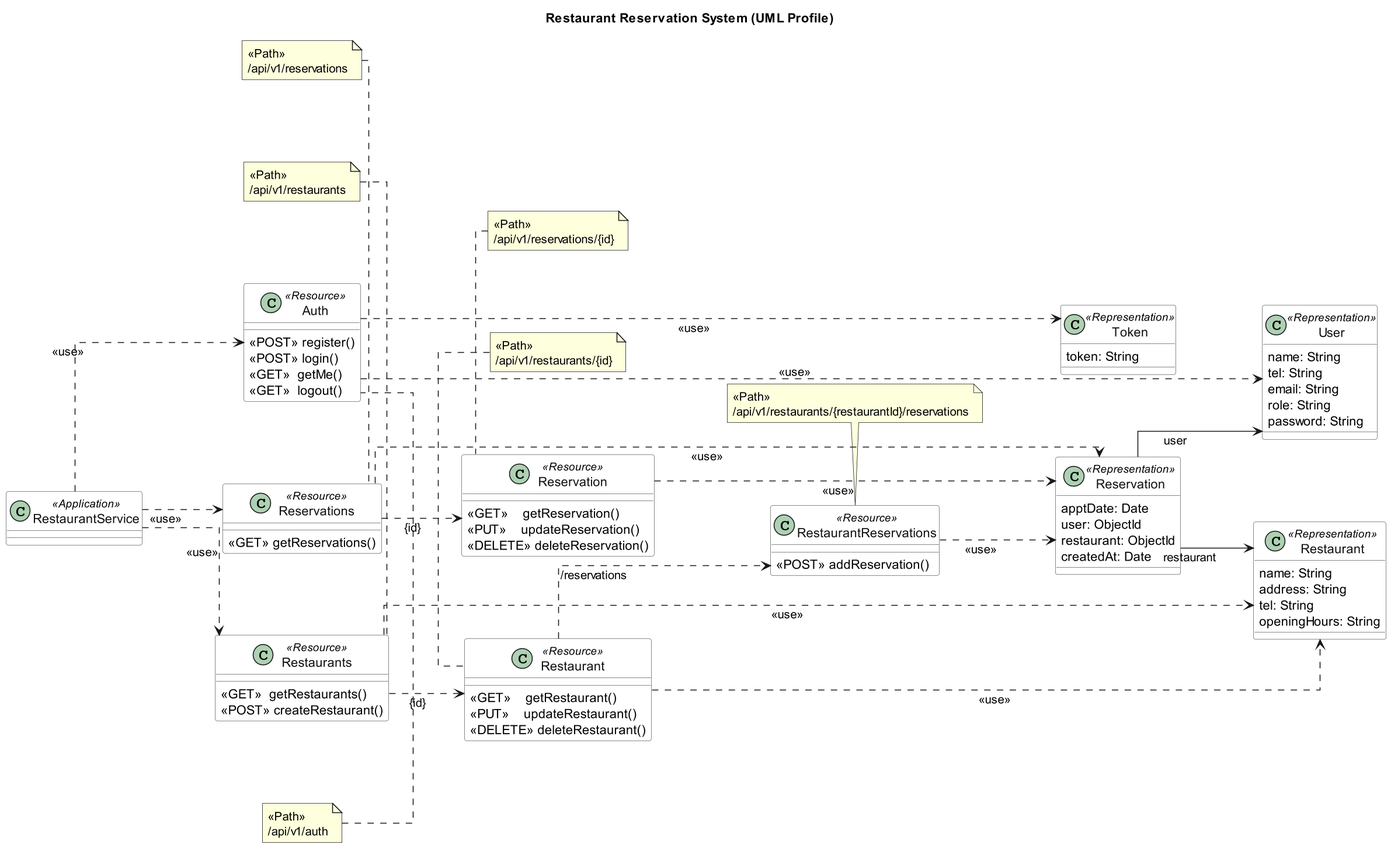
Earlier version of the PlantUML export out/Class_Diagram/Class_Diagram.png (2110503-CEDT68/be-project-68-gofiberv2). The source it was exported from:
```plantuml
@startuml
title Restaurant Reservation System (UML Profile)

left to right direction
skinparam linetype ortho
skinparam shadowing false
skinparam nodesep 90
skinparam ranksep 80
skinparam dpi 150

skinparam classBackgroundColor #FFFFFF
skinparam classBorderColor #666666
skinparam classFontColor #111111
skinparam stereotypeFontColor #111111
skinparam classAttributeIconSize 0
skinparam packageStyle rectangle

class "RestaurantService" as App <<Application>>

together {
  class "Restaurants" as R_Rests <<Resource>> {
    <<GET>>  getRestaurants()
    <<POST>> createRestaurant()
  }

  class "Reservations" as R_Resvs <<Resource>> {
    <<GET>> getReservations()
  }

  class "Auth" as R_Auth <<Resource>> {
    <<POST>> register()
    <<POST>> login()
    <<GET>>  getMe()
    <<GET>>  logout()
  }
}

together {
  class "Restaurant" as R_Rest <<Resource>> {
    <<GET>>    getRestaurant()
    <<PUT>>    updateRestaurant()
    <<DELETE>> deleteRestaurant()
  }

  class "Reservation" as R_Resv <<Resource>> {
    <<GET>>    getReservation()
    <<PUT>>    updateReservation()
    <<DELETE>> deleteReservation()
  }

  class "RestaurantReservations" as R_RestResv <<Resource>> {
    <<POST>> addReservation()
  }
}

together {
  class "User" as M_User <<Representation>> {
    name: String
    tel: String
    email: String
    role: String
    password: String
  }

  class "Restaurant" as M_Restaurant <<Representation>> {
    name: String
    address: String
    tel: String
    openingHours: String
  }

  class "Reservation" as M_Reservation <<Representation>> {
    apptDate: Date
    user: ObjectId
    restaurant: ObjectId
    createdAt: Date
  }

  class "Token" as M_Token <<Representation>> {
    token: String
  }
}

note top of R_Auth
<<Path>>
/api/v1/auth
end note

note top of R_Rests
<<Path>>
/api/v1/restaurants
end note

note top of R_Rest
<<Path>>
/api/v1/restaurants/{id}
end note

note top of R_Resvs
<<Path>>
/api/v1/reservations
end note

note top of R_Resv
<<Path>>
/api/v1/reservations/{id}
end note

note top of R_RestResv
<<Path>>
/api/v1/restaurants/{restaurantId}/reservations
end note

App ..> R_Auth  : <<use>>
App ..> R_Rests : <<use>>
App ..> R_Resvs : <<use>>

R_Rests ..> R_Rest : {id}
R_Resvs ..> R_Resv : {id}
R_Rest  ..> R_RestResv : /reservations

R_Auth  ..> M_User : <<use>>
R_Auth  ..> M_Token : <<use>>

R_Rests ..> M_Restaurant : <<use>>
R_Rest  ..> M_Restaurant : <<use>>

R_Resvs ..> M_Reservation : <<use>>
R_Resv  ..> M_Reservation : <<use>>
R_RestResv ..> M_Reservation : <<use>>

M_Reservation --> M_User : user
M_Reservation --> M_Restaurant : restaurant

@enduml
```
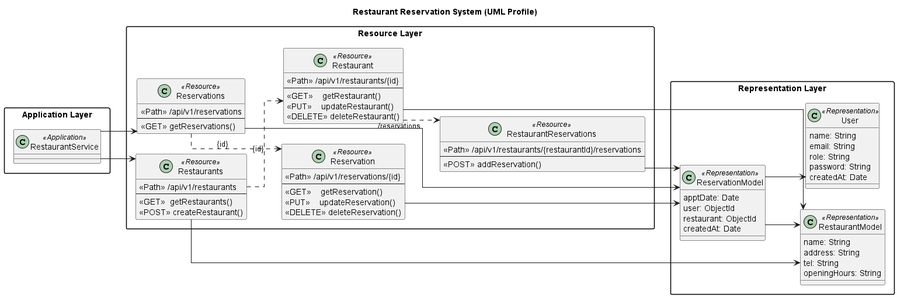
Above is the later version.

Commit message:
Fix Class Diagram UML

Change to the diagram source:
```diff
@@ -2,134 +2,97 @@
 title Restaurant Reservation System (UML Profile)
 
 left to right direction
+skinparam shadowing false
+skinparam packageStyle rectangle
+skinparam classAttributeIconSize 0
 skinparam linetype ortho
-skinparam shadowing false
-skinparam nodesep 90
-skinparam ranksep 80
-skinparam dpi 150
 
-skinparam classBackgroundColor #FFFFFF
-skinparam classBorderColor #666666
-skinparam classFontColor #111111
-skinparam stereotypeFontColor #111111
-skinparam classAttributeIconSize 0
-skinparam packageStyle rectangle
+package "Application Layer" {
 
-class "RestaurantService" as App <<Application>>
-
-together {
-  class "Restaurants" as R_Rests <<Resource>> {
-    <<GET>>  getRestaurants()
-    <<POST>> createRestaurant()
-  }
-
-  class "Reservations" as R_Resvs <<Resource>> {
-    <<GET>> getReservations()
-  }
-
-  class "Auth" as R_Auth <<Resource>> {
-    <<POST>> register()
-    <<POST>> login()
-    <<GET>>  getMe()
-    <<GET>>  logout()
-  }
+class RestaurantService <<Application>>
 }
 
-together {
-  class "Restaurant" as R_Rest <<Resource>> {
-    <<GET>>    getRestaurant()
-    <<PUT>>    updateRestaurant()
-    <<DELETE>> deleteRestaurant()
-  }
+package "Resource Layer" {
 
-  class "Reservation" as R_Resv <<Resource>> {
-    <<GET>>    getReservation()
-    <<PUT>>    updateReservation()
-    <<DELETE>> deleteReservation()
-  }
-
-  class "RestaurantReservations" as R_RestResv <<Resource>> {
-    <<POST>> addReservation()
-  }
+class Restaurants <<Resource>> {
+  <<Path>> /api/v1/restaurants
+  --
+  <<GET>>  getRestaurants()
+  <<POST>> createRestaurant()
 }
 
-together {
-  class "User" as M_User <<Representation>> {
-    name: String
-    tel: String
-    email: String
-    role: String
-    password: String
-  }
-
-  class "Restaurant" as M_Restaurant <<Representation>> {
-    name: String
-    address: String
-    tel: String
-    openingHours: String
-  }
-
-  class "Reservation" as M_Reservation <<Representation>> {
-    apptDate: Date
-    user: ObjectId
-    restaurant: ObjectId
-    createdAt: Date
-  }
-
-  class "Token" as M_Token <<Representation>> {
-    token: String
-  }
+class Restaurant <<Resource>> {
+  <<Path>> /api/v1/restaurants/{id}
+  --
+  <<GET>>    getRestaurant()
+  <<PUT>>    updateRestaurant()
+  <<DELETE>> deleteRestaurant()
 }
 
-note top of R_Auth
-<<Path>>
-/api/v1/auth
-end note
+class Reservations <<Resource>> {
+  <<Path>> /api/v1/reservations
+  --
+  <<GET>> getReservations()
+}
 
-note top of R_Rests
-<<Path>>
-/api/v1/restaurants
-end note
+class Reservation <<Resource>> {
+  <<Path>> /api/v1/reservations/{id}
+  --
+  <<GET>>    getReservation()
+  <<PUT>>    updateReservation()
+  <<DELETE>> deleteReservation()
+}
 
-note top of R_Rest
-<<Path>>
-/api/v1/restaurants/{id}
-end note
+class RestaurantReservations <<Resource>> {
+  <<Path>> /api/v1/restaurants/{restaurantId}/reservations
+  --
+  <<POST>> addReservation()
+}
 
-note top of R_Resvs
-<<Path>>
-/api/v1/reservations
-end note
+}
 
-note top of R_Resv
-<<Path>>
-/api/v1/reservations/{id}
-end note
+package "Representation Layer" {
 
-note top of R_RestResv
-<<Path>>
-/api/v1/restaurants/{restaurantId}/reservations
-end note
+class User <<Representation>> {
+  name: String
+  email: String
+  role: String
+  password: String
+  createdAt: Date
+}
 
-App ..> R_Auth  : <<use>>
-App ..> R_Rests : <<use>>
-App ..> R_Resvs : <<use>>
+class RestaurantModel <<Representation>> {
+  name: String
+  address: String
+  tel: String
+  openingHours: String
+}
 
-R_Rests ..> R_Rest : {id}
-R_Resvs ..> R_Resv : {id}
-R_Rest  ..> R_RestResv : /reservations
+class ReservationModel <<Representation>> {
+  apptDate: Date
+  user: ObjectId
+  restaurant: ObjectId
+  createdAt: Date
+}
 
-R_Auth  ..> M_User : <<use>>
-R_Auth  ..> M_Token : <<use>>
+}
 
-R_Rests ..> M_Restaurant : <<use>>
-R_Rest  ..> M_Restaurant : <<use>>
 
-R_Resvs ..> M_Reservation : <<use>>
-R_Resv  ..> M_Reservation : <<use>>
-R_RestResv ..> M_Reservation : <<use>>
+RestaurantService --> Restaurants
+RestaurantService --> Reservations
 
-M_Reservation --> M_User : user
-M_Reservation --> M_Restaurant : restaurant
+Restaurants ..> Restaurant : {id}
+Restaurant ..> RestaurantReservations : /reservations
+Reservations ..> Reservation : {id}
+
+Restaurants --> RestaurantModel
+Restaurant --> RestaurantModel
+
+Reservations --> ReservationModel
+Reservation --> ReservationModel
+RestaurantReservations --> ReservationModel
+
+ReservationModel --> User
+ReservationModel --> RestaurantModel
 
 @enduml
```
